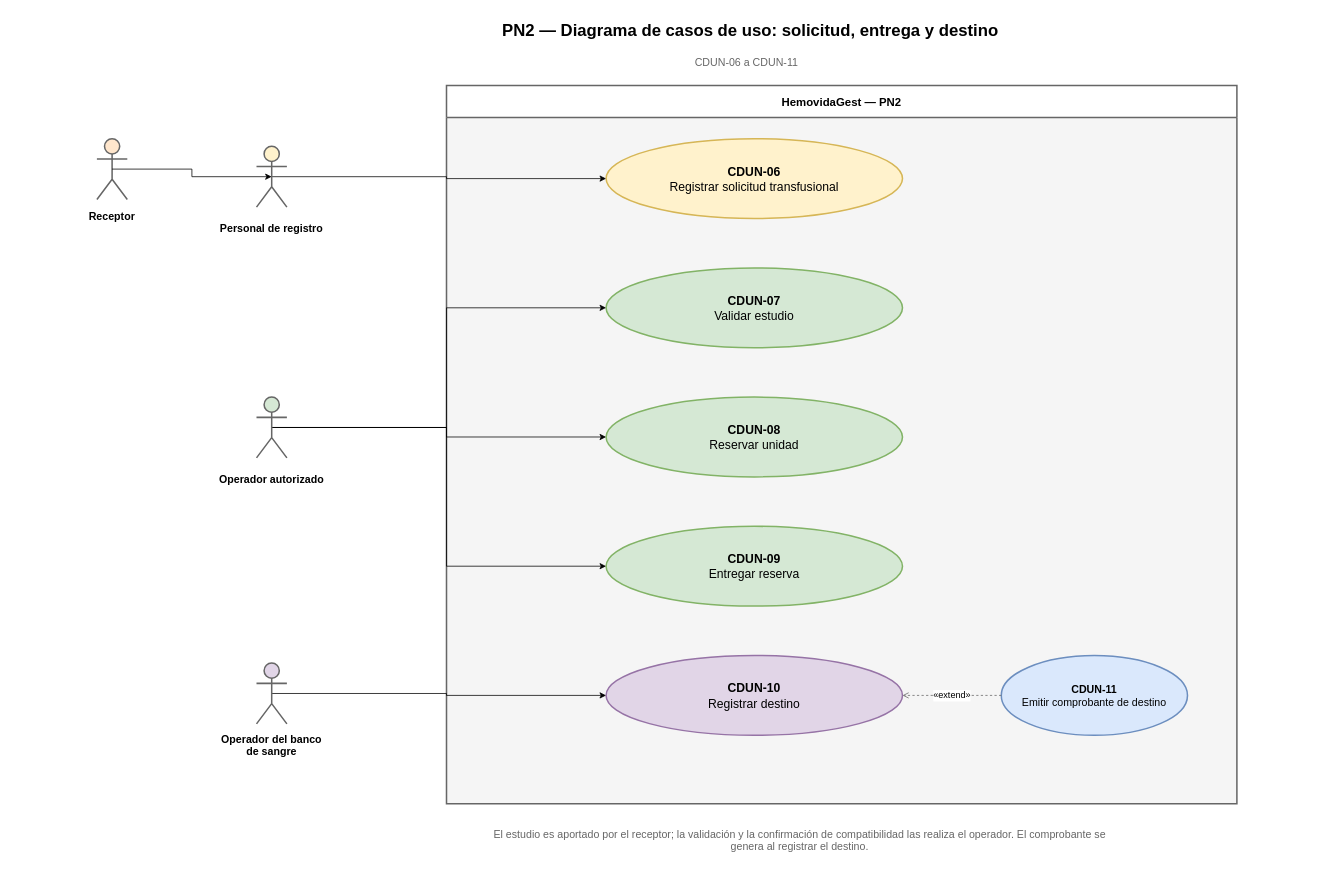
The draw.io diagram Diagramas/Casos de Uso/PN2 - CDUN-06 a CDUN-11 - Casos de uso.drawio in juanNH/Ingenieria-de-Software, before the edit. Source tidied: cells renumbered, new cells numbered last; positions are measured from the earlier drawing's top-left corner, leaving out a move shared by most shapes. Both pictures are drawn from the tidied source at 76%, with x=0, y=0 at pixel (13, 13).
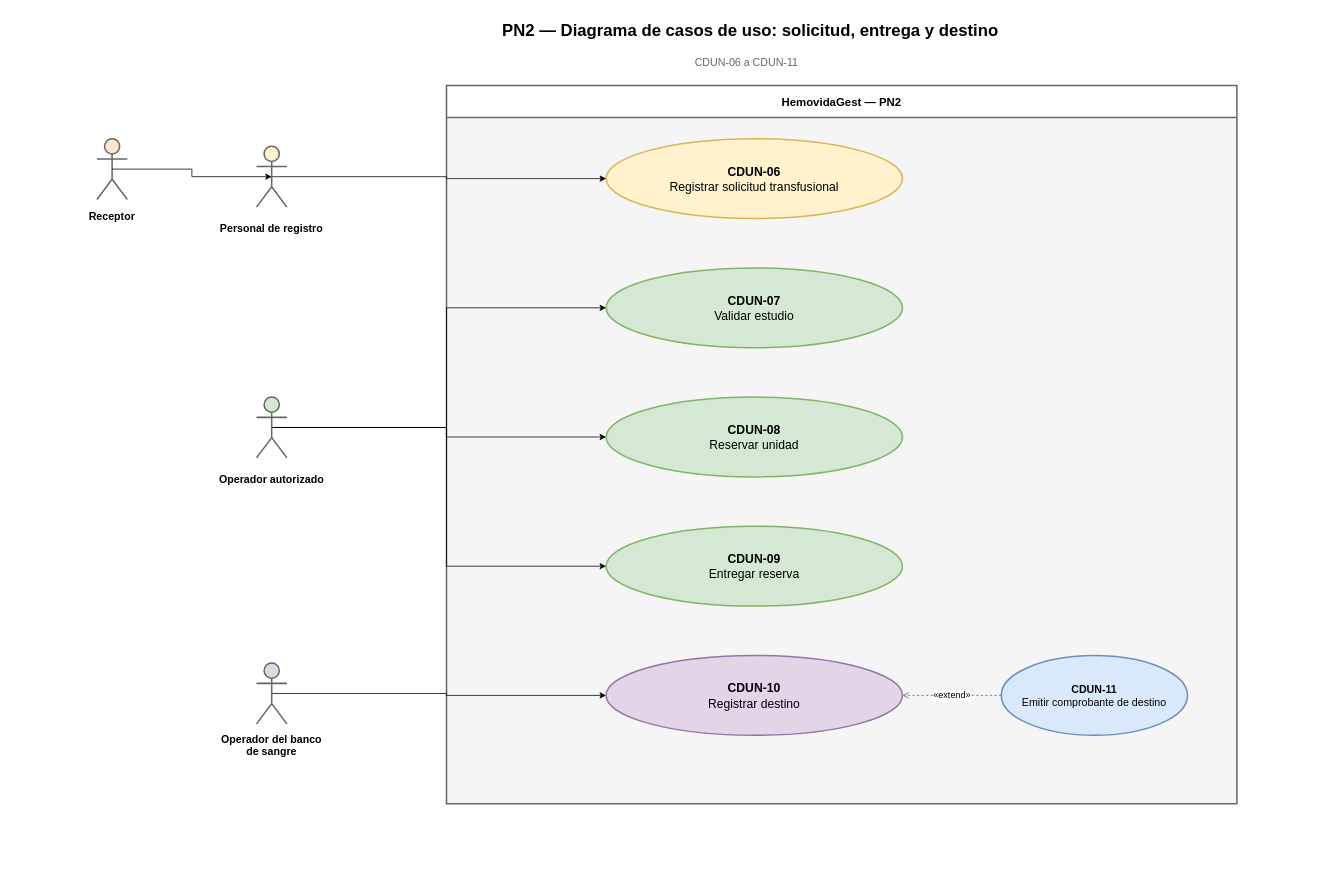
The same page after the edit.

Change to the diagram source:
```diff
@@
-    <mxCell id="23" value="El estudio es aportado por el receptor; la validación y la confirmación de compatibilidad las realiza el operador. El comprobante se genera al registrar el destino." style="text;html=1;strokeColor=none;fillColor=none;fontFamily=Arial;align=center;verticalAlign=middle;whiteSpace=wrap;fontSize=14;fontColor=#666666;" parent="1" vertex="1">
-      <mxGeometry x="610" y="1060" width="850" height="55" as="geometry" />
-    </mxCell>
```
